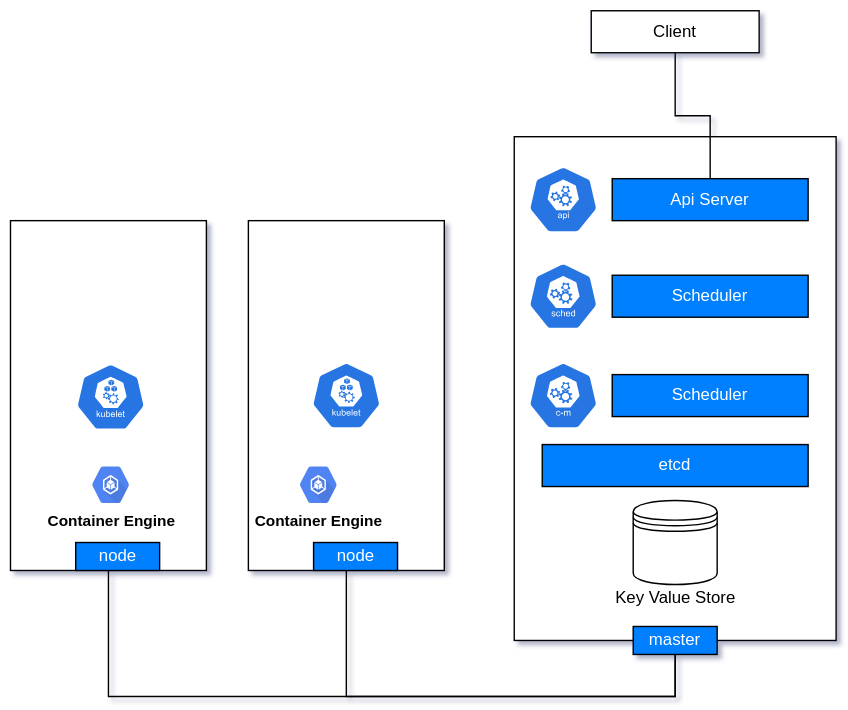
BachlChrisi/kubernetes-presentation keeps this draw.io diagram as asciidocs-slides/images/Kubernetes-Master-Processes.svg. Above is the earlier version. Source tidied: cells renumbered, new cells last; positions are measured from the earlier drawing's top-left corner, leaving out a move shared by most shapes. The source it was exported from:
```xml
<mxGraphModel>
  <root>
    <mxCell id="0" />
    <mxCell id="1" parent="0" />
    <mxCell id="2" style="rounded=0;whiteSpace=wrap;html=1;strokeColor=#000000;fillColor=#FFFFFF;" parent="1" vertex="1">
      <mxGeometry y="150" width="140" height="250" as="geometry" />
    </mxCell>
    <mxCell id="3" style="html=1;dashed=0;whitespace=wrap;fillColor=#2875E2;strokeColor=#ffffff;shape=mxgraph.kubernetes.icon;prIcon=kubelet;" parent="1" vertex="1">
      <mxGeometry x="46.6" y="252" width="50" height="48" as="geometry" />
    </mxCell>
    <mxCell id="4" value="&lt;font color=&quot;#ffffff&quot;&gt;node&lt;/font&gt;" style="rounded=0;whiteSpace=wrap;html=1;strokeColor=#000000;fillColor=#007FFF;" parent="1" vertex="1">
      <mxGeometry x="46.6" y="380" width="60" height="20" as="geometry" />
    </mxCell>
    <mxCell id="5" value="&lt;font color=&quot;#000000&quot;&gt;Container Engine&lt;/font&gt;" style="html=1;fillColor=#5184F3;strokeColor=none;verticalAlign=top;labelPosition=center;verticalLabelPosition=bottom;align=center;spacingTop=-6;fontSize=11;fontStyle=1;fontColor=#999999;shape=mxgraph.gcp2.hexIcon;prIcon=container_engine;" parent="1" vertex="1">
      <mxGeometry x="51.6" y="319.5" width="40" height="38.5" as="geometry" />
    </mxCell>
    <mxCell id="6" style="rounded=0;whiteSpace=wrap;html=1;strokeColor=#000000;fillColor=#FFFFFF;" parent="1" vertex="1">
      <mxGeometry x="170" y="150" width="140" height="250" as="geometry" />
    </mxCell>
    <mxCell id="7" style="html=1;dashed=0;whitespace=wrap;fillColor=#2875E2;strokeColor=#ffffff;shape=mxgraph.kubernetes.icon;prIcon=kubelet;" parent="1" vertex="1">
      <mxGeometry x="215" y="251" width="50" height="48" as="geometry" />
    </mxCell>
    <mxCell id="8" value="&lt;font color=&quot;#ffffff&quot;&gt;node&lt;/font&gt;" style="rounded=0;whiteSpace=wrap;html=1;strokeColor=#000000;fillColor=#007FFF;" parent="1" vertex="1">
      <mxGeometry x="216.6" y="380" width="60" height="20" as="geometry" />
    </mxCell>
    <mxCell id="9" value="&lt;font color=&quot;#000000&quot;&gt;Container Engine&lt;/font&gt;" style="html=1;fillColor=#5184F3;strokeColor=none;verticalAlign=top;labelPosition=center;verticalLabelPosition=bottom;align=center;spacingTop=-6;fontSize=11;fontStyle=1;fontColor=#999999;shape=mxgraph.gcp2.hexIcon;prIcon=container_engine;" parent="1" vertex="1">
      <mxGeometry x="200" y="319.5" width="40" height="38.5" as="geometry" />
    </mxCell>
    <mxCell id="10" style="edgeStyle=orthogonalEdgeStyle;rounded=0;jettySize=auto;html=1;endArrow=none;endFill=0;" parent="1" edge="1" source="11">
      <mxGeometry relative="1" as="geometry">
        <mxPoint x="240" y="400" as="targetPoint" />
        <Array as="points">
          <mxPoint x="475" y="490" />
          <mxPoint x="240" y="490" />
        </Array>
      </mxGeometry>
    </mxCell>
    <mxCell id="11" style="rounded=0;whiteSpace=wrap;html=1;strokeColor=#000000;fillColor=#ffffff;" parent="1" vertex="1">
      <mxGeometry x="360" y="90" width="230" height="360" as="geometry" />
    </mxCell>
    <mxCell id="12" value="&lt;font color=&quot;#ffffff&quot;&gt;Api Server&lt;/font&gt;" style="rounded=0;whiteSpace=wrap;html=1;strokeColor=#000000;fillColor=#007FFF;" parent="1" vertex="1">
      <mxGeometry x="430" y="120" width="140" height="30" as="geometry" />
    </mxCell>
    <mxCell id="13" style="html=1;dashed=0;whitespace=wrap;fillColor=#2875E2;strokeColor=#ffffff;shape=mxgraph.kubernetes.icon;prIcon=api;" parent="1" vertex="1">
      <mxGeometry x="370" y="111" width="50" height="48" as="geometry" />
    </mxCell>
    <mxCell id="14" style="html=1;dashed=0;whitespace=wrap;fillColor=#2875E2;strokeColor=#ffffff;shape=mxgraph.kubernetes.icon;prIcon=sched;" parent="1" vertex="1">
      <mxGeometry x="370" y="180" width="50" height="48" as="geometry" />
    </mxCell>
    <mxCell id="15" value="&lt;font color=&quot;#ffffff&quot;&gt;Scheduler&lt;/font&gt;" style="rounded=0;whiteSpace=wrap;html=1;strokeColor=#000000;fillColor=#007FFF;" parent="1" vertex="1">
      <mxGeometry x="430" y="189" width="140" height="30" as="geometry" />
    </mxCell>
    <mxCell id="16" value="&lt;font color=&quot;#ffffff&quot;&gt;Scheduler&lt;/font&gt;" style="rounded=0;whiteSpace=wrap;html=1;strokeColor=#000000;fillColor=#007FFF;" parent="1" vertex="1">
      <mxGeometry x="430" y="260" width="140" height="30" as="geometry" />
    </mxCell>
    <mxCell id="17" style="html=1;dashed=0;whitespace=wrap;fillColor=#2875E2;strokeColor=#ffffff;shape=mxgraph.kubernetes.icon;prIcon=c_m;" parent="1" vertex="1">
      <mxGeometry x="370" y="251" width="50" height="48" as="geometry" />
    </mxCell>
    <mxCell id="18" value="&lt;font color=&quot;#ffffff&quot;&gt;etcd&lt;/font&gt;" style="rounded=0;whiteSpace=wrap;html=1;strokeColor=#000000;fillColor=#007FFF;" parent="1" vertex="1">
      <mxGeometry x="380" y="310" width="190" height="30" as="geometry" />
    </mxCell>
    <mxCell id="19" style="shape=datastore;whiteSpace=wrap;html=1;strokeColor=#000000;fillColor=#ffffff;" parent="1" vertex="1">
      <mxGeometry x="445" y="350" width="60" height="60" as="geometry" />
    </mxCell>
    <mxCell id="20" style="edgeStyle=orthogonalEdgeStyle;rounded=0;jettySize=auto;html=1;endArrow=none;endFill=0;" parent="1" edge="1" source="21">
      <mxGeometry relative="1" as="geometry">
        <mxPoint x="70" y="400" as="targetPoint" />
        <Array as="points">
          <mxPoint x="475" y="490" />
          <mxPoint x="70" y="490" />
        </Array>
      </mxGeometry>
    </mxCell>
    <mxCell id="21" value="&lt;font color=&quot;#ffffff&quot;&gt;master&lt;/font&gt;" style="rounded=0;whiteSpace=wrap;html=1;strokeColor=#000000;fillColor=#007FFF;" parent="1" vertex="1">
      <mxGeometry x="445" y="440" width="60" height="20" as="geometry" />
    </mxCell>
    <mxCell id="22" value="Key Value Store" style="text;html=1;align=center;verticalAlign=middle;" parent="1" vertex="1">
      <mxGeometry x="425" y="410" width="100" height="20" as="geometry" />
    </mxCell>
    <mxCell id="23" style="edgeStyle=orthogonalEdgeStyle;rounded=0;jettySize=auto;html=1;endArrow=none;endFill=0;" parent="1" edge="1" source="24" target="12">
      <mxGeometry relative="1" as="geometry" />
    </mxCell>
    <mxCell id="24" value="Client" style="rounded=0;whiteSpace=wrap;html=1;strokeColor=#000000;fillColor=#ffffff;" parent="1" vertex="1">
      <mxGeometry x="415" width="120" height="30" as="geometry" />
    </mxCell>
  </root>
</mxGraphModel>
```
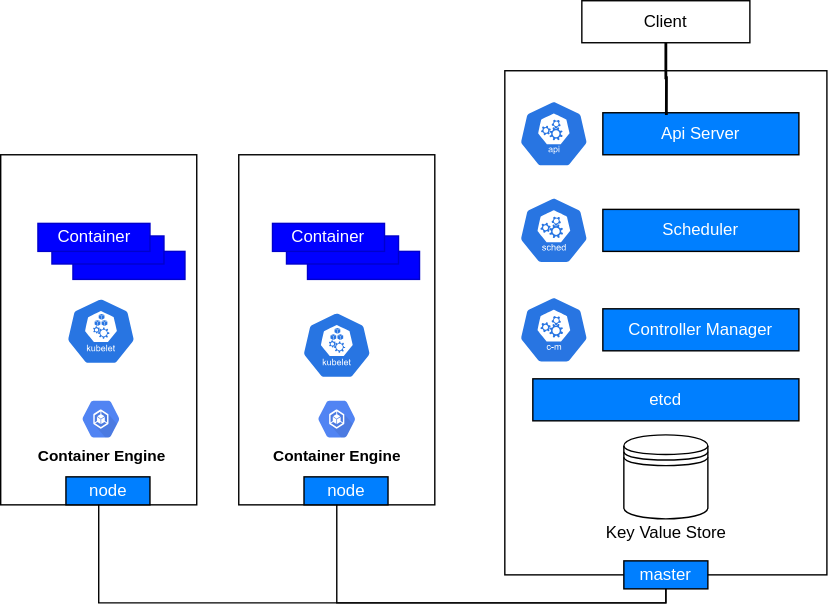
The same file after the commit.

Change to the diagram source:
```diff
@@ -18,20 +18,20 @@
       <mxGeometry x="170" y="150" width="140" height="250" as="geometry" />
     </mxCell>
     <mxCell id="7" style="html=1;dashed=0;whitespace=wrap;fillColor=#2875E2;strokeColor=#ffffff;shape=mxgraph.kubernetes.icon;prIcon=kubelet;" parent="1" vertex="1">
-      <mxGeometry x="215" y="251" width="50" height="48" as="geometry" />
+      <mxGeometry x="215" y="262" width="50" height="48" as="geometry" />
     </mxCell>
     <mxCell id="8" value="&lt;font color=&quot;#ffffff&quot;&gt;node&lt;/font&gt;" style="rounded=0;whiteSpace=wrap;html=1;strokeColor=#000000;fillColor=#007FFF;" parent="1" vertex="1">
       <mxGeometry x="216.6" y="380" width="60" height="20" as="geometry" />
     </mxCell>
     <mxCell id="9" value="&lt;font color=&quot;#000000&quot;&gt;Container Engine&lt;/font&gt;" style="html=1;fillColor=#5184F3;strokeColor=none;verticalAlign=top;labelPosition=center;verticalLabelPosition=bottom;align=center;spacingTop=-6;fontSize=11;fontStyle=1;fontColor=#999999;shape=mxgraph.gcp2.hexIcon;prIcon=container_engine;" parent="1" vertex="1">
-      <mxGeometry x="200" y="319.5" width="40" height="38.5" as="geometry" />
+      <mxGeometry x="220" y="319.5" width="40" height="38.5" as="geometry" />
     </mxCell>
     <mxCell id="10" style="edgeStyle=orthogonalEdgeStyle;rounded=0;jettySize=auto;html=1;endArrow=none;endFill=0;" parent="1" edge="1" source="11">
       <mxGeometry relative="1" as="geometry">
         <mxPoint x="240" y="400" as="targetPoint" />
         <Array as="points">
-          <mxPoint x="475" y="490" />
-          <mxPoint x="240" y="490" />
+          <mxPoint x="475" y="470" />
+          <mxPoint x="240" y="470" />
         </Array>
       </mxGeometry>
     </mxCell>
@@ -50,7 +50,7 @@
     <mxCell id="15" value="&lt;font color=&quot;#ffffff&quot;&gt;Scheduler&lt;/font&gt;" style="rounded=0;whiteSpace=wrap;html=1;strokeColor=#000000;fillColor=#007FFF;" parent="1" vertex="1">
       <mxGeometry x="430" y="189" width="140" height="30" as="geometry" />
     </mxCell>
-    <mxCell id="16" value="&lt;font color=&quot;#ffffff&quot;&gt;Scheduler&lt;/font&gt;" style="rounded=0;whiteSpace=wrap;html=1;strokeColor=#000000;fillColor=#007FFF;" parent="1" vertex="1">
+    <mxCell id="16" value="&lt;font color=&quot;#ffffff&quot;&gt;Controller Manager&lt;/font&gt;" style="rounded=0;whiteSpace=wrap;html=1;strokeColor=#000000;fillColor=#007FFF;" parent="1" vertex="1">
       <mxGeometry x="430" y="260" width="140" height="30" as="geometry" />
     </mxCell>
     <mxCell id="17" style="html=1;dashed=0;whitespace=wrap;fillColor=#2875E2;strokeColor=#ffffff;shape=mxgraph.kubernetes.icon;prIcon=c_m;" parent="1" vertex="1">
@@ -66,8 +66,8 @@
       <mxGeometry relative="1" as="geometry">
         <mxPoint x="70" y="400" as="targetPoint" />
         <Array as="points">
-          <mxPoint x="475" y="490" />
-          <mxPoint x="70" y="490" />
+          <mxPoint x="475" y="470" />
+          <mxPoint x="70" y="470" />
         </Array>
       </mxGeometry>
     </mxCell>
@@ -77,11 +77,29 @@
     <mxCell id="22" value="Key Value Store" style="text;html=1;align=center;verticalAlign=middle;" parent="1" vertex="1">
       <mxGeometry x="425" y="410" width="100" height="20" as="geometry" />
     </mxCell>
-    <mxCell id="23" style="edgeStyle=orthogonalEdgeStyle;rounded=0;jettySize=auto;html=1;endArrow=none;endFill=0;" parent="1" edge="1" source="24" target="12">
+    <mxCell id="23" style="edgeStyle=orthogonalEdgeStyle;rounded=0;jettySize=auto;html=1;endArrow=none;endFill=0;strokeColor=#000000;strokeWidth=2;entryX=0.324;entryY=0.051;entryDx=0;entryDy=0;entryPerimeter=0;" parent="1" edge="1" source="24" target="12">
       <mxGeometry relative="1" as="geometry" />
     </mxCell>
     <mxCell id="24" value="Client" style="rounded=0;whiteSpace=wrap;html=1;strokeColor=#000000;fillColor=#ffffff;" parent="1" vertex="1">
-      <mxGeometry x="415" width="120" height="30" as="geometry" />
+      <mxGeometry x="415" y="40" width="120" height="30" as="geometry" />
     </mxCell>
+    <mxCell id="25" style="rounded=0;whiteSpace=wrap;html=1;strokeColor=#0000CC;fillColor=#0000FF;" parent="1" vertex="1">
+      <mxGeometry x="51.6" y="219" width="80" height="20" as="geometry" />
+    </mxCell>
+    <mxCell id="26" style="rounded=0;whiteSpace=wrap;html=1;strokeColor=#0000CC;fillColor=#0000FF;" parent="1" vertex="1">
+      <mxGeometry x="36.6" y="208" width="80" height="20" as="geometry" />
+    </mxCell>
+    <mxCell id="27" value="&lt;font color=&quot;#ffffff&quot;&gt;Container&lt;/font&gt;" style="rounded=0;whiteSpace=wrap;html=1;strokeColor=#0000CC;fillColor=#0000FF;" parent="1" vertex="1">
+      <mxGeometry x="26.6" y="199" width="80" height="20" as="geometry" />
+    </mxCell>
+    <mxCell id="28" style="rounded=0;whiteSpace=wrap;html=1;strokeColor=#0000CC;fillColor=#0000FF;" parent="1" vertex="1">
+      <mxGeometry x="219.1" y="219" width="80" height="20" as="geometry" />
+    </mxCell>
+    <mxCell id="29" style="rounded=0;whiteSpace=wrap;html=1;strokeColor=#0000CC;fillColor=#0000FF;" parent="1" vertex="1">
+      <mxGeometry x="204.1" y="208" width="80" height="20" as="geometry" />
+    </mxCell>
+    <mxCell id="30" value="&lt;font color=&quot;#ffffff&quot;&gt;Container&lt;/font&gt;" style="rounded=0;whiteSpace=wrap;html=1;strokeColor=#0000CC;fillColor=#0000FF;" parent="1" vertex="1">
+      <mxGeometry x="194.1" y="199" width="80" height="20" as="geometry" />
+    </mxCell>
   </root>
 </mxGraphModel>
```
